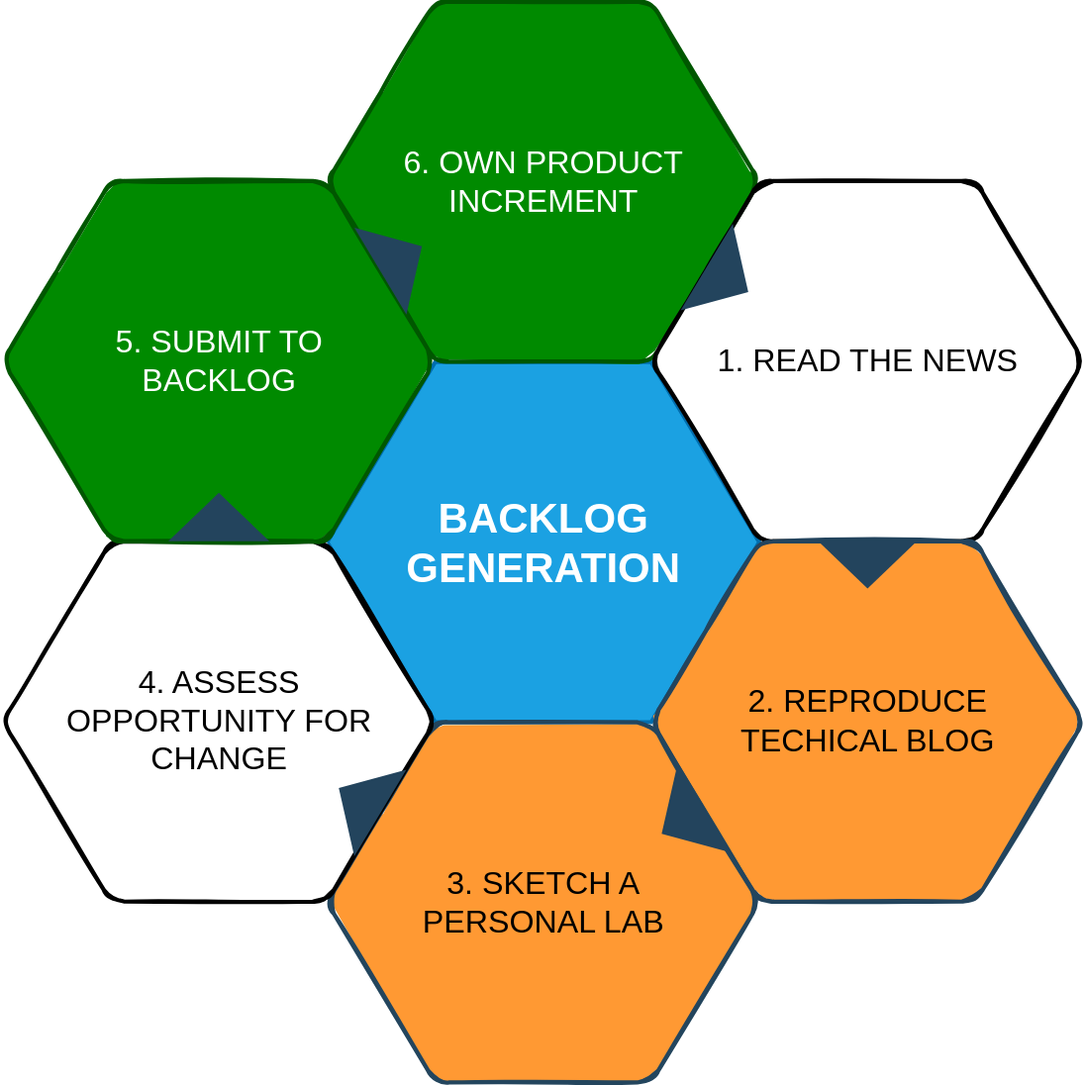
Above: media/backlog-generation.svg in reply-fr/sustainable-personal-accounts (draw.io), before the change. Source tidied: cells renumbered, new cells last; positions are measured from the earlier drawing's top-left corner, leaving out a move shared by most shapes.
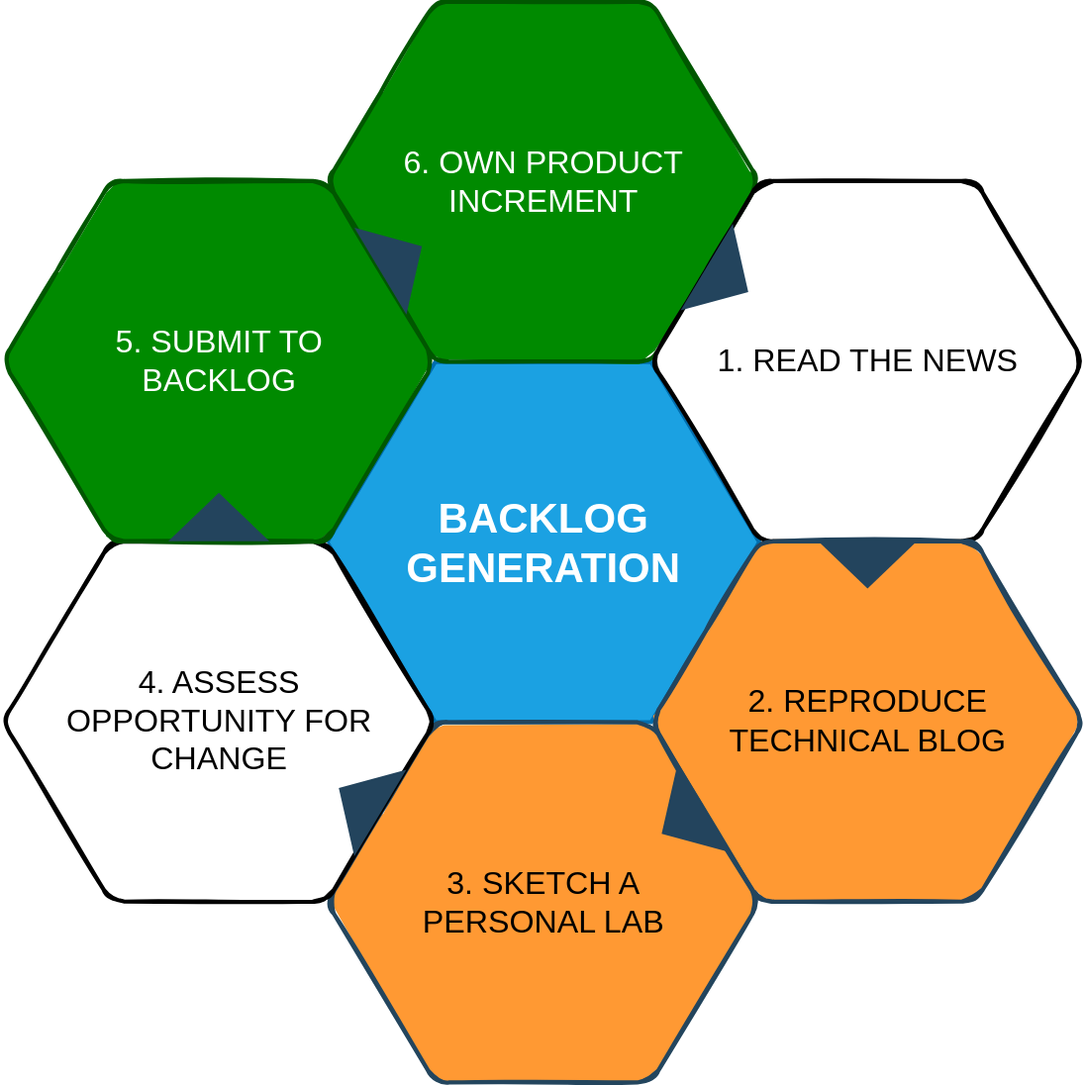
Above is the later version.

Change to the diagram source:
```diff
@@ -14,7 +14,7 @@
     <mxCell id="5" value="1. READ THE NEWS" style="shape=hexagon;perimeter=hexagonPerimeter2;whiteSpace=wrap;html=1;shadow=0;labelBackgroundColor=none;fontFamily=Helvetica;fontSize=23;align=center;strokeWidth=3;rounded=1;sketch=1;fillStyle=solid;" parent="1" vertex="1">
       <mxGeometry x="468.7" y="129.2" width="311.8" height="259.9" as="geometry" />
     </mxCell>
-    <mxCell id="6" value="2. REPRODUCE&lt;br&gt;TECHICAL BLOG" style="shape=hexagon;perimeter=hexagonPerimeter2;whiteSpace=wrap;html=1;shadow=0;labelBackgroundColor=none;strokeColor=#23445D;fillColor=#FF9933;fontFamily=Helvetica;fontSize=23;fontColor=#000000;align=center;strokeWidth=3;rounded=1;sketch=1;fillStyle=solid;" parent="1" vertex="1">
+    <mxCell id="6" value="2. REPRODUCE&lt;br&gt;TECHNICAL BLOG" style="shape=hexagon;perimeter=hexagonPerimeter2;whiteSpace=wrap;html=1;shadow=0;labelBackgroundColor=none;strokeColor=#23445D;fillColor=#FF9933;fontFamily=Helvetica;fontSize=23;fontColor=#000000;align=center;strokeWidth=3;rounded=1;sketch=1;fillStyle=solid;" parent="1" vertex="1">
       <mxGeometry x="468.7" y="389.3" width="311.8" height="259.9" as="geometry" />
     </mxCell>
     <mxCell id="7" value="3. SKETCH A&lt;br&gt;PERSONAL LAB" style="shape=hexagon;perimeter=hexagonPerimeter2;whiteSpace=wrap;html=1;shadow=0;labelBackgroundColor=none;strokeColor=#23455D;fillColor=#FF9933;fontFamily=Helvetica;fontSize=23;fontColor=#000000;align=center;strokeWidth=3;rounded=1;sketch=1;fillStyle=solid;" parent="1" vertex="1">
```
